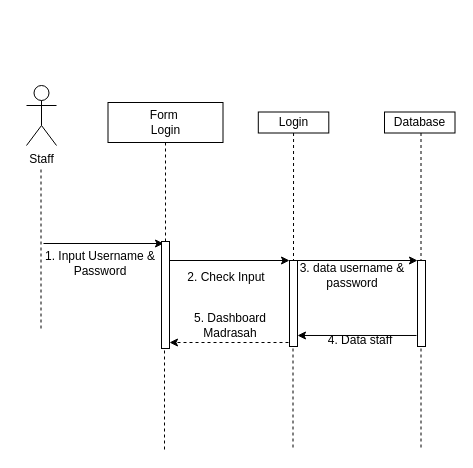
Before: page "SQ-Staff-Login" (10 of 30) of draw.io/Proyek-3.drawio in Tugas-Proyek-Polindra/proyek-3, a draw.io diagram. Source tidied: cells renumbered, new cells numbered last; positions are measured from the earlier drawing's top-left corner, leaving out a move shared by most shapes. Both pictures are drawn from the tidied source at 100%, with x=0, y=0 at pixel (26, 85).
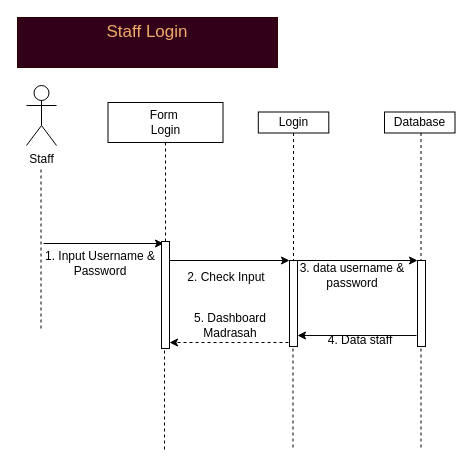
After the change.

The edit, as a diff of the source:
```diff
@@
+    <mxCell id="26" value="&lt;font color=&quot;#f0aa69&quot;&gt;&lt;span style=&quot;font-size: 17px&quot;&gt;Staff Login&lt;br&gt;&lt;br&gt;&lt;/span&gt;&lt;/font&gt;" style="text;html=1;align=center;verticalAlign=middle;whiteSpace=wrap;rounded=0;fontColor=#333333;strokeColor=#330000;fillColor=#33001A;" parent="1" vertex="1">
+      <mxGeometry x="-9" y="-68" width="260" height="50" as="geometry" />
+    </mxCell>
```
